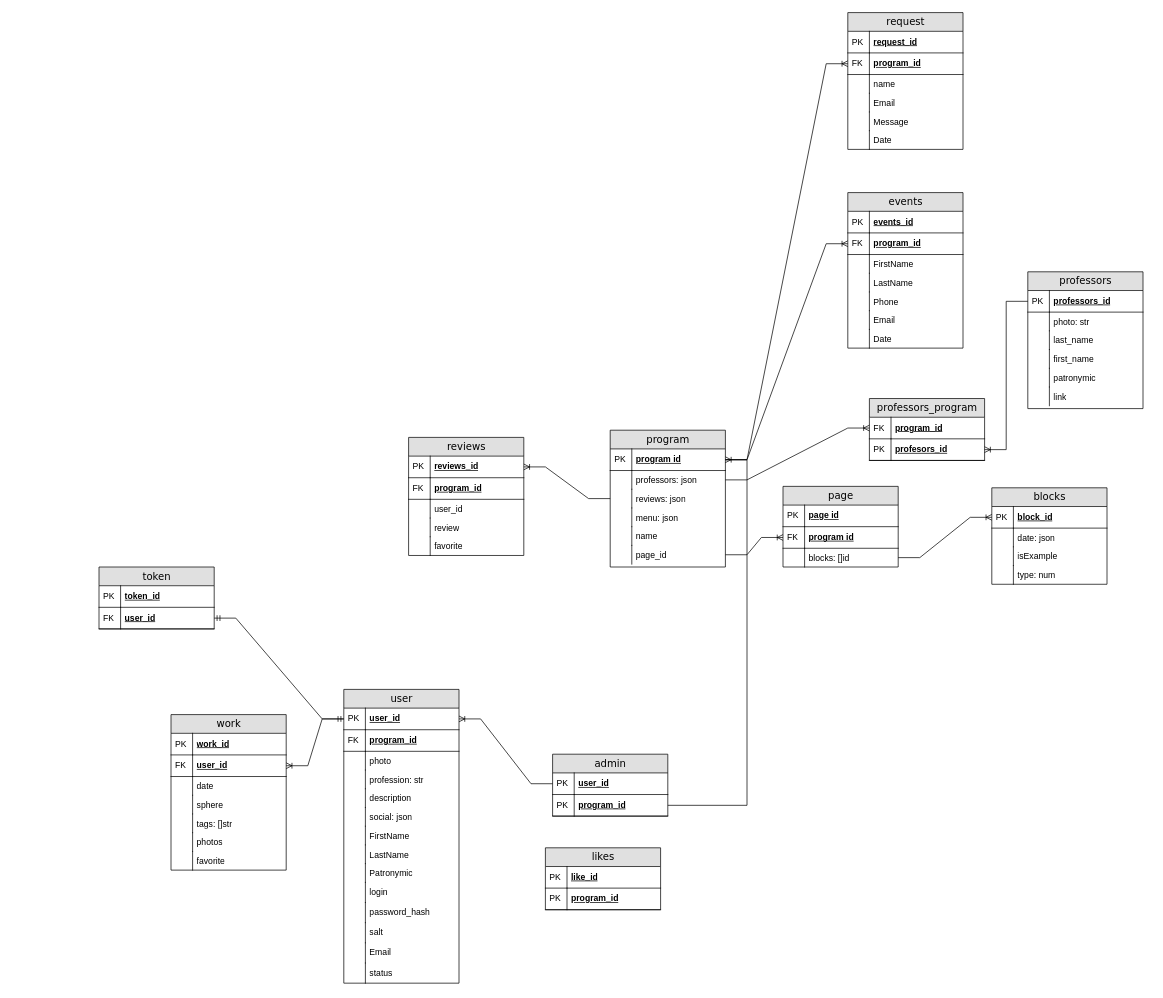
Earlier version of the draw.io diagram Диаграмма без названия.drawio (HerzenStudents-ITxD/lending-skills-frontend-docs-2025s). Source tidied: cells renumbered, new cells numbered last; positions are measured from the earlier drawing's top-left corner, leaving out a move shared by most shapes. Both pictures are drawn from the tidied source at 72%, with x=0, y=0 at pixel (99, 12).
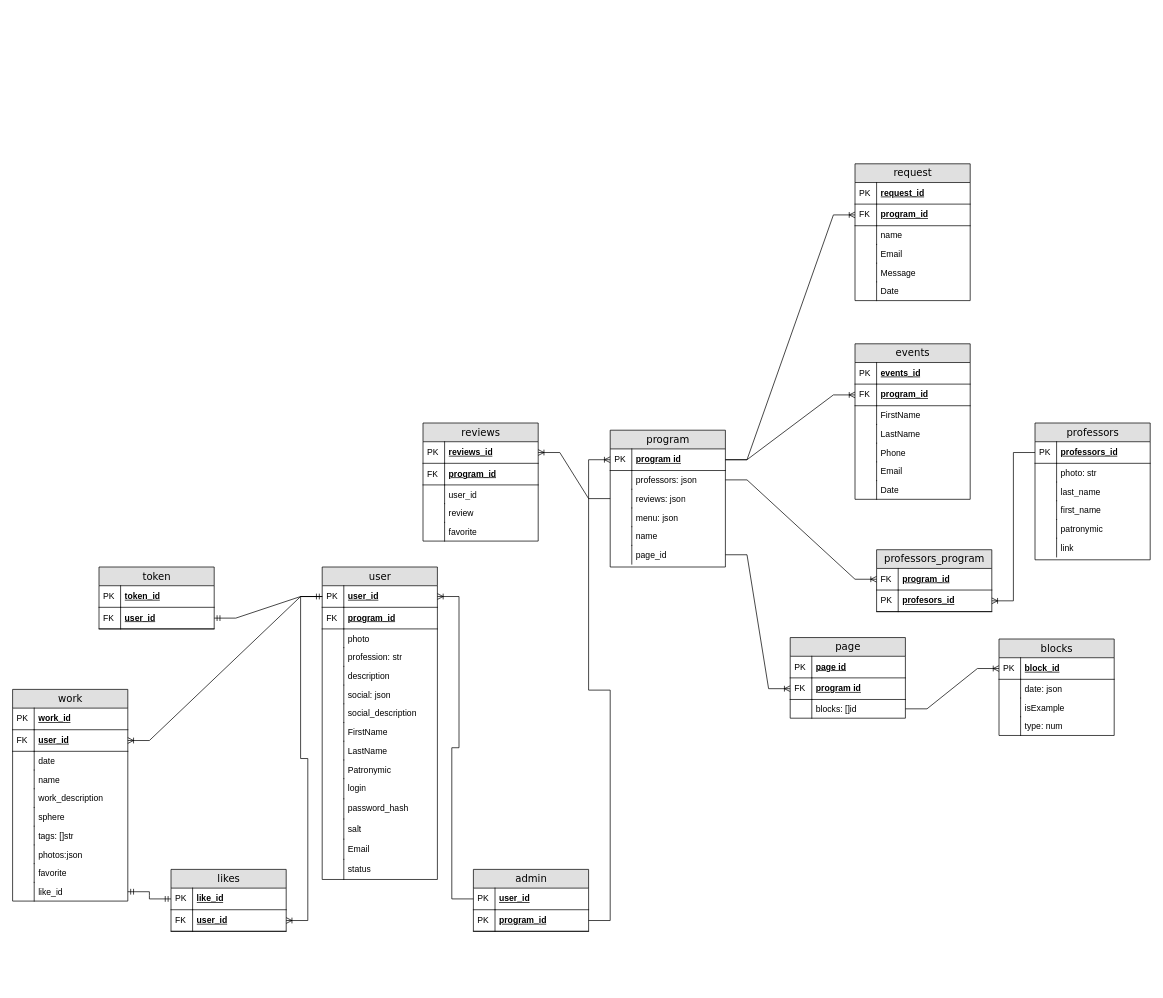
The same page after the edit.

Unchanged cells that the change refers to:
```xml
<mxCell id="101" value="user_id" style="shape=partialRectangle;top=0;left=0;right=0;bottom=1;html=1;align=left;verticalAlign=middle;fillColor=none;spacingLeft=34;spacingRight=4;whiteSpace=wrap;overflow=hidden;points=[[0,0.5],[1,0.5]];portConstraint=eastwest;fontStyle=5;" parent="100" vertex="1">
  <mxGeometry y="26" width="160" height="30" as="geometry" />
</mxCell>
<mxCell id="154" value="like_id" style="shape=partialRectangle;top=0;left=0;right=0;bottom=1;html=1;align=left;verticalAlign=middle;fillColor=none;spacingLeft=34;spacingRight=4;whiteSpace=wrap;overflow=hidden;points=[[0,0.5],[1,0.5]];portConstraint=eastwest;fontStyle=5;" parent="153" vertex="1">
  <mxGeometry y="26" width="160" height="30" as="geometry" />
</mxCell>
```

Change to the diagram source:
```diff
@@
     <mxCell id="15" value="professors" style="swimlane;html=1;fontStyle=0;horizontal=1;startSize=26;fillColor=#e0e0e0;swimlaneFillColor=#ffffff;align=center;rounded=0;shadow=0;comic=0;labelBackgroundColor=none;strokeWidth=1;fontFamily=Verdana;fontSize=14;" parent="1" vertex="1">
-      <mxGeometry x="1290" y="360" width="160" height="190" as="geometry" />
+      <mxGeometry x="1300" y="570" width="160" height="190" as="geometry" />
     </mxCell>
@@
     <mxCell id="28" value="reviews" style="swimlane;html=1;fontStyle=0;horizontal=1;startSize=26;fillColor=#e0e0e0;swimlaneFillColor=#ffffff;align=center;rounded=0;shadow=0;comic=0;labelBackgroundColor=none;strokeWidth=1;fontFamily=Verdana;fontSize=14;" parent="1" vertex="1">
-      <mxGeometry x="430" y="590" width="160" height="164" as="geometry" />
+      <mxGeometry x="450" y="570" width="160" height="164" as="geometry" />
     </mxCell>
@@
     <mxCell id="39" value="professors_program" style="swimlane;html=1;fontStyle=0;horizontal=1;startSize=26;fillColor=#e0e0e0;swimlaneFillColor=#ffffff;align=center;rounded=0;shadow=0;comic=0;labelBackgroundColor=none;strokeWidth=1;fontFamily=Verdana;fontSize=14;" parent="1" vertex="1">
-      <mxGeometry x="1070" y="536" width="160" height="86" as="geometry" />
+      <mxGeometry x="1080" y="746" width="160" height="86" as="geometry" />
     </mxCell>
@@
     <mxCell id="47" value="page" style="swimlane;html=1;fontStyle=0;horizontal=1;startSize=26;fillColor=#e0e0e0;swimlaneFillColor=#ffffff;align=center;rounded=0;shadow=0;comic=0;labelBackgroundColor=none;strokeWidth=1;fontFamily=Verdana;fontSize=14;" parent="1" vertex="1">
-      <mxGeometry x="950" y="658" width="160" height="112" as="geometry" />
+      <mxGeometry x="960" y="868" width="160" height="112" as="geometry" />
     </mxCell>
@@
     <mxCell id="54" value="blocks" style="swimlane;html=1;fontStyle=0;horizontal=1;startSize=26;fillColor=#e0e0e0;swimlaneFillColor=#ffffff;align=center;rounded=0;shadow=0;comic=0;labelBackgroundColor=none;strokeWidth=1;fontFamily=Verdana;fontSize=14;" parent="1" vertex="1">
-      <mxGeometry x="1240" y="660" width="160" height="134" as="geometry" />
+      <mxGeometry x="1250" y="870" width="160" height="134" as="geometry" />
     </mxCell>
@@
     <mxCell id="63" value="events" style="swimlane;html=1;fontStyle=0;horizontal=1;startSize=26;fillColor=#e0e0e0;swimlaneFillColor=#ffffff;align=center;rounded=0;shadow=0;comic=0;labelBackgroundColor=none;strokeWidth=1;fontFamily=Verdana;fontSize=14;" parent="1" vertex="1">
-      <mxGeometry x="1040" y="250" width="160" height="216" as="geometry" />
+      <mxGeometry x="1050" y="460" width="160" height="216" as="geometry" />
     </mxCell>
@@
     <mxCell id="78" value="request" style="swimlane;html=1;fontStyle=0;horizontal=1;startSize=26;fillColor=#e0e0e0;swimlaneFillColor=#ffffff;align=center;rounded=0;shadow=0;comic=0;labelBackgroundColor=none;strokeWidth=1;fontFamily=Verdana;fontSize=14;" parent="1" vertex="1">
-      <mxGeometry x="1040" width="160" height="190" as="geometry" />
+      <mxGeometry x="1050" y="210" width="160" height="190" as="geometry" />
     </mxCell>
@@
     <mxCell id="95" value="admin" style="swimlane;html=1;fontStyle=0;horizontal=1;startSize=26;fillColor=#e0e0e0;swimlaneFillColor=#ffffff;align=center;rounded=0;shadow=0;comic=0;labelBackgroundColor=none;strokeWidth=1;fontFamily=Verdana;fontSize=14;" parent="1" vertex="1">
-      <mxGeometry x="630" y="1030" width="160" height="86" as="geometry" />
+      <mxGeometry x="520" y="1190" width="160" height="86" as="geometry" />
     </mxCell>
@@
     <mxCell id="100" value="user" style="swimlane;html=1;fontStyle=0;horizontal=1;startSize=26;fillColor=#e0e0e0;swimlaneFillColor=#ffffff;align=center;rounded=0;shadow=0;comic=0;labelBackgroundColor=none;strokeWidth=1;fontFamily=Verdana;fontSize=14;" parent="1" vertex="1">
-      <mxGeometry x="340" y="940" width="160" height="408" as="geometry" />
+      <mxGeometry x="310" y="770" width="160" height="434" as="geometry" />
     </mxCell>
@@
+    <mxCell id="158" value="social_description" style="shape=partialRectangle;top=0;left=0;right=0;bottom=0;html=1;align=left;verticalAlign=top;fillColor=none;spacingLeft=34;spacingRight=4;whiteSpace=wrap;overflow=hidden;" parent="100" vertex="1">
+      <mxGeometry y="190" width="160" height="26" as="geometry" />
+    </mxCell>
+    <mxCell id="159" style="shape=partialRectangle;top=0;left=0;bottom=0;html=1;fillColor=none;align=left;verticalAlign=top;spacingLeft=4;spacingRight=4;whiteSpace=wrap;overflow=hidden;" parent="158" vertex="1">
+      <mxGeometry width="30" height="26" as="geometry" />
+    </mxCell>
     <mxCell id="113" value="FirstName" style="shape=partialRectangle;top=0;left=0;right=0;bottom=0;html=1;align=left;verticalAlign=top;fillColor=none;spacingLeft=34;spacingRight=4;whiteSpace=wrap;overflow=hidden;" parent="100" vertex="1">
-      <mxGeometry y="190" width="160" height="26" as="geometry" />
+      <mxGeometry y="216" width="160" height="26" as="geometry" />
     </mxCell>
@@
     <mxCell id="115" value="LastName" style="shape=partialRectangle;top=0;left=0;right=0;bottom=0;html=1;align=left;verticalAlign=top;fillColor=none;spacingLeft=34;spacingRight=4;whiteSpace=wrap;overflow=hidden;" parent="100" vertex="1">
-      <mxGeometry y="216" width="160" height="26" as="geometry" />
+      <mxGeometry y="242" width="160" height="26" as="geometry" />
     </mxCell>
@@
     <mxCell id="117" value="Patronymic" style="shape=partialRectangle;top=0;left=0;right=0;bottom=0;html=1;align=left;verticalAlign=top;fillColor=none;spacingLeft=34;spacingRight=4;whiteSpace=wrap;overflow=hidden;" parent="100" vertex="1">
-      <mxGeometry y="242" width="160" height="26" as="geometry" />
+      <mxGeometry y="268" width="160" height="26" as="geometry" />
     </mxCell>
@@
     <mxCell id="119" value="login" style="shape=partialRectangle;top=0;left=0;right=0;bottom=0;html=1;align=left;verticalAlign=top;fillColor=none;spacingLeft=34;spacingRight=4;whiteSpace=wrap;overflow=hidden;" parent="100" vertex="1">
-      <mxGeometry y="268" width="160" height="28" as="geometry" />
+      <mxGeometry y="294" width="160" height="28" as="geometry" />
     </mxCell>
@@
     <mxCell id="121" value="password_hash" style="shape=partialRectangle;top=0;left=0;right=0;bottom=0;html=1;align=left;verticalAlign=top;fillColor=none;spacingLeft=34;spacingRight=4;whiteSpace=wrap;overflow=hidden;" parent="100" vertex="1">
-      <mxGeometry y="296" width="160" height="28" as="geometry" />
+      <mxGeometry y="322" width="160" height="28" as="geometry" />
     </mxCell>
@@
     <mxCell id="123" value="salt" style="shape=partialRectangle;top=0;left=0;right=0;bottom=0;html=1;align=left;verticalAlign=top;fillColor=none;spacingLeft=34;spacingRight=4;whiteSpace=wrap;overflow=hidden;" parent="100" vertex="1">
-      <mxGeometry y="324" width="160" height="28" as="geometry" />
+      <mxGeometry y="350" width="160" height="28" as="geometry" />
     </mxCell>
@@
     <mxCell id="125" value="Email" style="shape=partialRectangle;top=0;left=0;right=0;bottom=0;html=1;align=left;verticalAlign=top;fillColor=none;spacingLeft=34;spacingRight=4;whiteSpace=wrap;overflow=hidden;" parent="100" vertex="1">
-      <mxGeometry y="352" width="160" height="28" as="geometry" />
+      <mxGeometry y="378" width="160" height="28" as="geometry" />
     </mxCell>
@@
     <mxCell id="127" value="status" style="shape=partialRectangle;top=0;left=0;right=0;bottom=0;html=1;align=left;verticalAlign=top;fillColor=none;spacingLeft=34;spacingRight=4;whiteSpace=wrap;overflow=hidden;" parent="100" vertex="1">
-      <mxGeometry y="380" width="160" height="28" as="geometry" />
+      <mxGeometry y="406" width="160" height="28" as="geometry" />
     </mxCell>
@@
     <mxCell id="129" value="work" style="swimlane;html=1;fontStyle=0;horizontal=1;startSize=26;fillColor=#e0e0e0;swimlaneFillColor=#ffffff;align=center;rounded=0;shadow=0;comic=0;labelBackgroundColor=none;strokeWidth=1;fontFamily=Verdana;fontSize=14;" parent="1" vertex="1">
-      <mxGeometry x="100" y="975" width="160" height="216" as="geometry" />
+      <mxGeometry x="-120" y="940" width="160" height="294" as="geometry" />
     </mxCell>
@@
+    <mxCell id="160" value="name" style="shape=partialRectangle;top=0;left=0;right=0;bottom=0;html=1;align=left;verticalAlign=top;fillColor=none;spacingLeft=34;spacingRight=4;whiteSpace=wrap;overflow=hidden;" parent="129" vertex="1">
+      <mxGeometry y="112" width="160" height="26" as="geometry" />
+    </mxCell>
+    <mxCell id="161" style="shape=partialRectangle;top=0;left=0;bottom=0;html=1;fillColor=none;align=left;verticalAlign=top;spacingLeft=4;spacingRight=4;whiteSpace=wrap;overflow=hidden;" parent="160" vertex="1">
+      <mxGeometry width="30" height="26" as="geometry" />
+    </mxCell>
+    <mxCell id="162" value="work_description" style="shape=partialRectangle;top=0;left=0;right=0;bottom=0;html=1;align=left;verticalAlign=top;fillColor=none;spacingLeft=34;spacingRight=4;whiteSpace=wrap;overflow=hidden;" parent="129" vertex="1">
+      <mxGeometry y="138" width="160" height="26" as="geometry" />
+    </mxCell>
+    <mxCell id="163" style="shape=partialRectangle;top=0;left=0;bottom=0;html=1;fillColor=none;align=left;verticalAlign=top;spacingLeft=4;spacingRight=4;whiteSpace=wrap;overflow=hidden;" parent="162" vertex="1">
+      <mxGeometry width="30" height="26" as="geometry" />
+    </mxCell>
     <mxCell id="136" value="sphere" style="shape=partialRectangle;top=0;left=0;right=0;bottom=0;html=1;align=left;verticalAlign=top;fillColor=none;spacingLeft=34;spacingRight=4;whiteSpace=wrap;overflow=hidden;" parent="129" vertex="1">
-      <mxGeometry y="112" width="160" height="26" as="geometry" />
+      <mxGeometry y="164" width="160" height="26" as="geometry" />
     </mxCell>
@@
     <mxCell id="138" value="tags: []str" style="shape=partialRectangle;top=0;left=0;right=0;bottom=0;html=1;align=left;verticalAlign=top;fillColor=none;spacingLeft=34;spacingRight=4;whiteSpace=wrap;overflow=hidden;" parent="129" vertex="1">
-      <mxGeometry y="138" width="160" height="26" as="geometry" />
+      <mxGeometry y="190" width="160" height="26" as="geometry" />
     </mxCell>
@@
-    <mxCell id="140" value="photos" style="shape=partialRectangle;top=0;left=0;right=0;bottom=0;html=1;align=left;verticalAlign=top;fillColor=none;spacingLeft=34;spacingRight=4;whiteSpace=wrap;overflow=hidden;" parent="129" vertex="1">
-      <mxGeometry y="164" width="160" height="26" as="geometry" />
+    <mxCell id="140" value="photos:json" style="shape=partialRectangle;top=0;left=0;right=0;bottom=0;html=1;align=left;verticalAlign=top;fillColor=none;spacingLeft=34;spacingRight=4;whiteSpace=wrap;overflow=hidden;" parent="129" vertex="1">
+      <mxGeometry y="216" width="160" height="26" as="geometry" />
     </mxCell>
@@
     <mxCell id="142" value="favorite&lt;div&gt;&lt;br&gt;&lt;/div&gt;" style="shape=partialRectangle;top=0;left=0;right=0;bottom=0;html=1;align=left;verticalAlign=top;fillColor=none;spacingLeft=34;spacingRight=4;whiteSpace=wrap;overflow=hidden;" parent="129" vertex="1">
-      <mxGeometry y="190" width="160" height="26" as="geometry" />
+      <mxGeometry y="242" width="160" height="26" as="geometry" />
     </mxCell>
@@
+    <mxCell id="164" value="&lt;div&gt;like_id&lt;/div&gt;" style="shape=partialRectangle;top=0;left=0;right=0;bottom=0;html=1;align=left;verticalAlign=top;fillColor=none;spacingLeft=34;spacingRight=4;whiteSpace=wrap;overflow=hidden;points=[[0,0.5],[1,0.5]];portConstraint=eastwest;" parent="129" vertex="1">
+      <mxGeometry y="268" width="160" height="26" as="geometry" />
+    </mxCell>
+    <mxCell id="165" style="shape=partialRectangle;top=0;left=0;bottom=0;html=1;fillColor=none;align=left;verticalAlign=top;spacingLeft=4;spacingRight=4;whiteSpace=wrap;overflow=hidden;" parent="164" vertex="1">
+      <mxGeometry width="30" height="26" as="geometry" />
+    </mxCell>
@@
     <mxCell id="153" value="likes" style="swimlane;html=1;fontStyle=0;horizontal=1;startSize=26;fillColor=#e0e0e0;swimlaneFillColor=#ffffff;align=center;rounded=0;shadow=0;comic=0;labelBackgroundColor=none;strokeWidth=1;fontFamily=Verdana;fontSize=14;" parent="1" vertex="1">
-      <mxGeometry x="620" y="1160" width="160" height="86" as="geometry" />
+      <mxGeometry x="100" y="1190" width="160" height="86" as="geometry" />
     </mxCell>
@@
-    <mxCell id="156" value="program_id" style="shape=partialRectangle;top=0;left=0;right=0;bottom=1;html=1;align=left;verticalAlign=middle;fillColor=none;spacingLeft=34;spacingRight=4;whiteSpace=wrap;overflow=hidden;points=[[0,0.5],[1,0.5]];portConstraint=eastwest;fontStyle=5;" parent="153" vertex="1">
+    <mxCell id="156" value="user_id" style="shape=partialRectangle;top=0;left=0;right=0;bottom=1;html=1;align=left;verticalAlign=middle;fillColor=none;spacingLeft=34;spacingRight=4;whiteSpace=wrap;overflow=hidden;points=[[0,0.5],[1,0.5]];portConstraint=eastwest;fontStyle=5;" parent="153" vertex="1">
       <mxGeometry y="56" width="160" height="30" as="geometry" />
     </mxCell>
-    <mxCell id="157" value="PK" style="shape=partialRectangle;top=0;left=0;bottom=0;html=1;fillColor=none;align=left;verticalAlign=middle;spacingLeft=4;spacingRight=4;whiteSpace=wrap;overflow=hidden;" parent="156" vertex="1">
+    <mxCell id="157" value="FK" style="shape=partialRectangle;top=0;left=0;bottom=0;html=1;fillColor=none;align=left;verticalAlign=middle;spacingLeft=4;spacingRight=4;whiteSpace=wrap;overflow=hidden;" parent="156" vertex="1">
       <mxGeometry width="30" height="30" as="geometry" />
     </mxCell>
+    <mxCell id="166" style="edgeStyle=entityRelationEdgeStyle;fontSize=12;html=1;endArrow=ERoneToMany;rounded=0;entryX=1;entryY=0.5;entryDx=0;entryDy=0;exitX=0;exitY=0.5;exitDx=0;exitDy=0;" parent="1" edge="1" source="101" target="156">
+      <mxGeometry relative="1" as="geometry">
+        <Array as="points">
+          <mxPoint x="300" y="1050" />
+          <mxPoint x="290" y="1040" />
+        </Array>
+      </mxGeometry>
+    </mxCell>
+    <mxCell id="167" style="edgeStyle=entityRelationEdgeStyle;fontSize=12;html=1;endArrow=ERmandOne;startArrow=ERmandOne;rounded=0;exitX=1;exitY=0.5;exitDx=0;exitDy=0;entryX=0;entryY=0.5;entryDx=0;entryDy=0;" parent="1" edge="1" source="164" target="154">
+      <mxGeometry relative="1" as="geometry" />
+    </mxCell>
```
